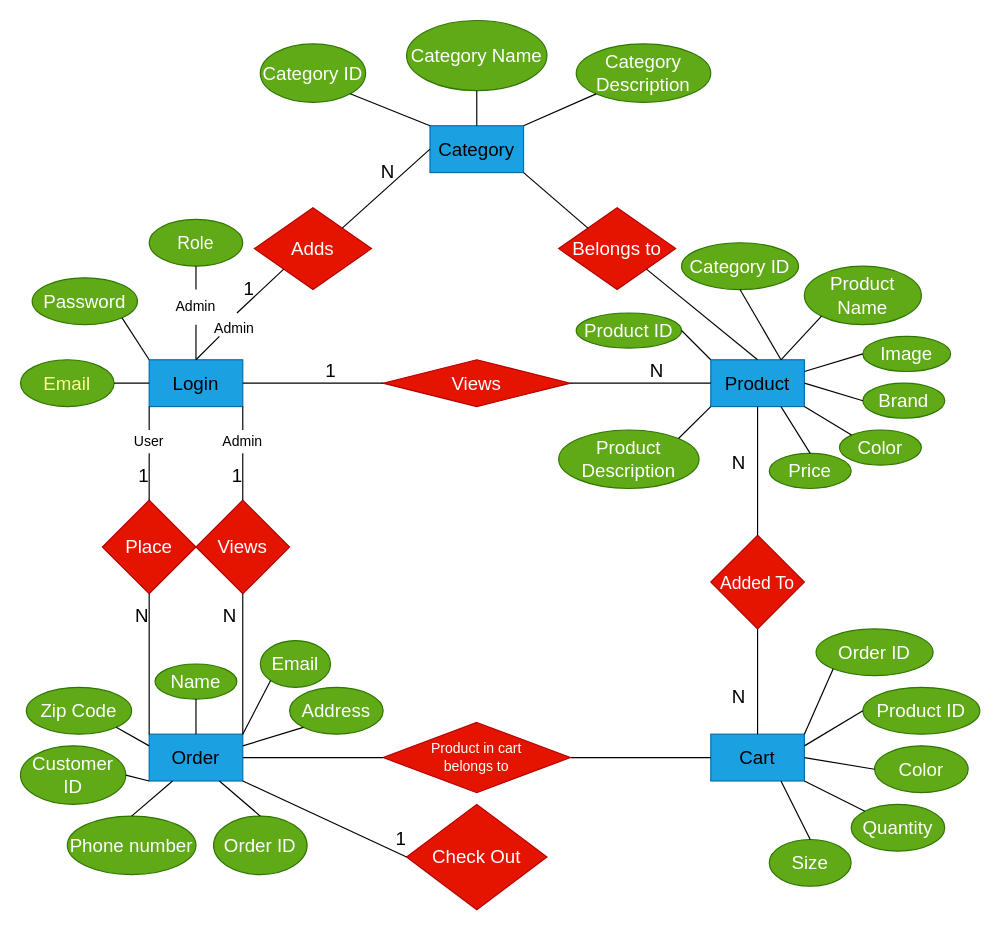
Earlier version of the draw.io diagram ERD.drawio (lamliam/lamliam). Source tidied: cells renumbered, new cells numbered last; positions are measured from the earlier drawing's top-left corner, leaving out a move shared by most shapes. Both pictures are drawn from the tidied source at 117%, with x=0, y=0 at pixel (20, 20).
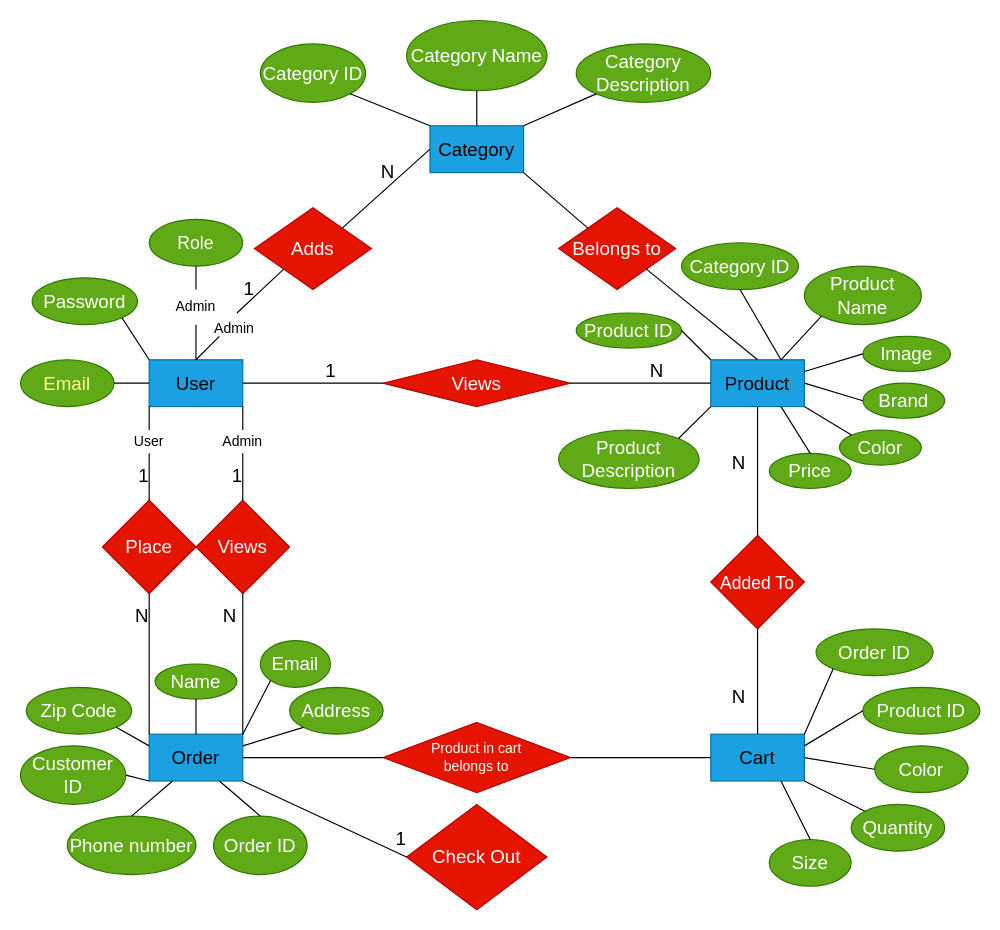
The same page after the edit.

Change to the diagram source:
```diff
@@
-    <mxCell id="2" value="Login" style="rounded=0;whiteSpace=wrap;html=1;fillColor=#1ba1e2;fontColor=#000000;strokeColor=#006EAF;fontSize=16;" parent="1" vertex="1">
+    <mxCell id="2" value="User" style="rounded=0;whiteSpace=wrap;html=1;fillColor=#1ba1e2;fontColor=#000000;strokeColor=#006EAF;fontSize=16;" parent="1" vertex="1">
       <mxGeometry x="110" y="290" width="80" height="40" as="geometry" />
     </mxCell>
```
